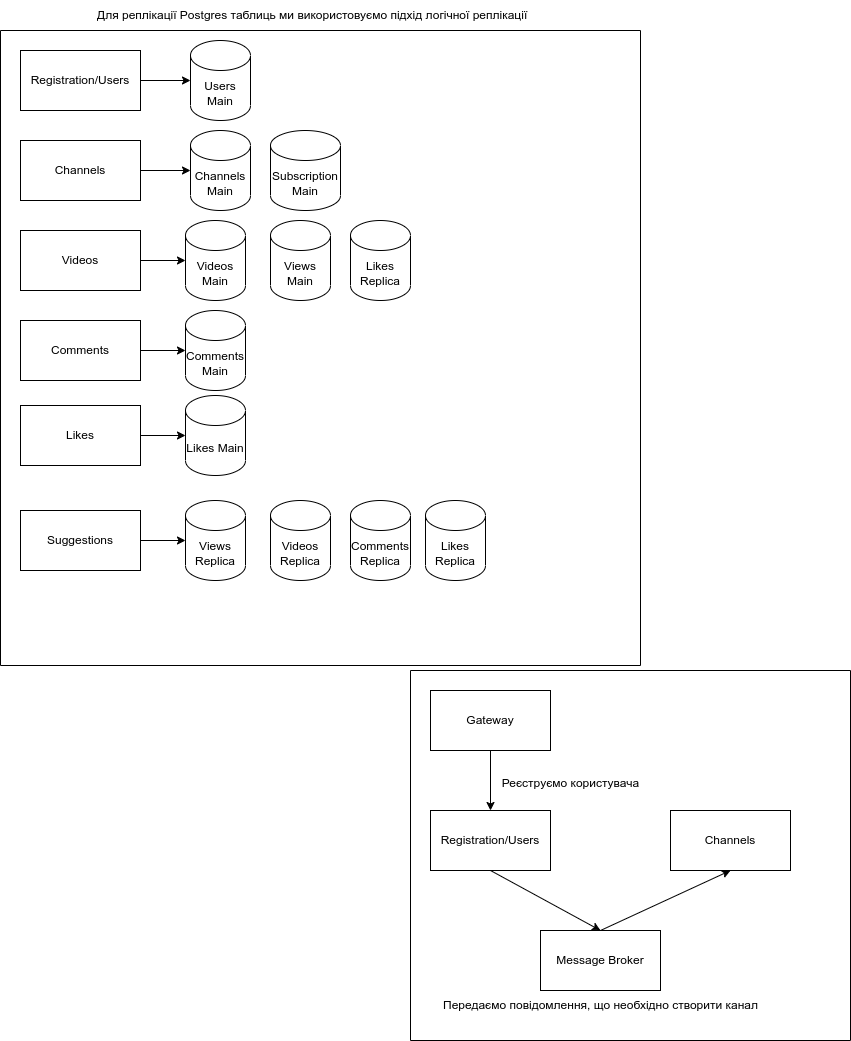
Before: overview/DatabaseReplication.drawio.png, a diagram exported from draw.io (KPI-Highload/YnotTube). Source tidied: cells renumbered, new cells last; positions are measured from the earlier drawing's top-left corner, leaving out a move shared by most shapes.
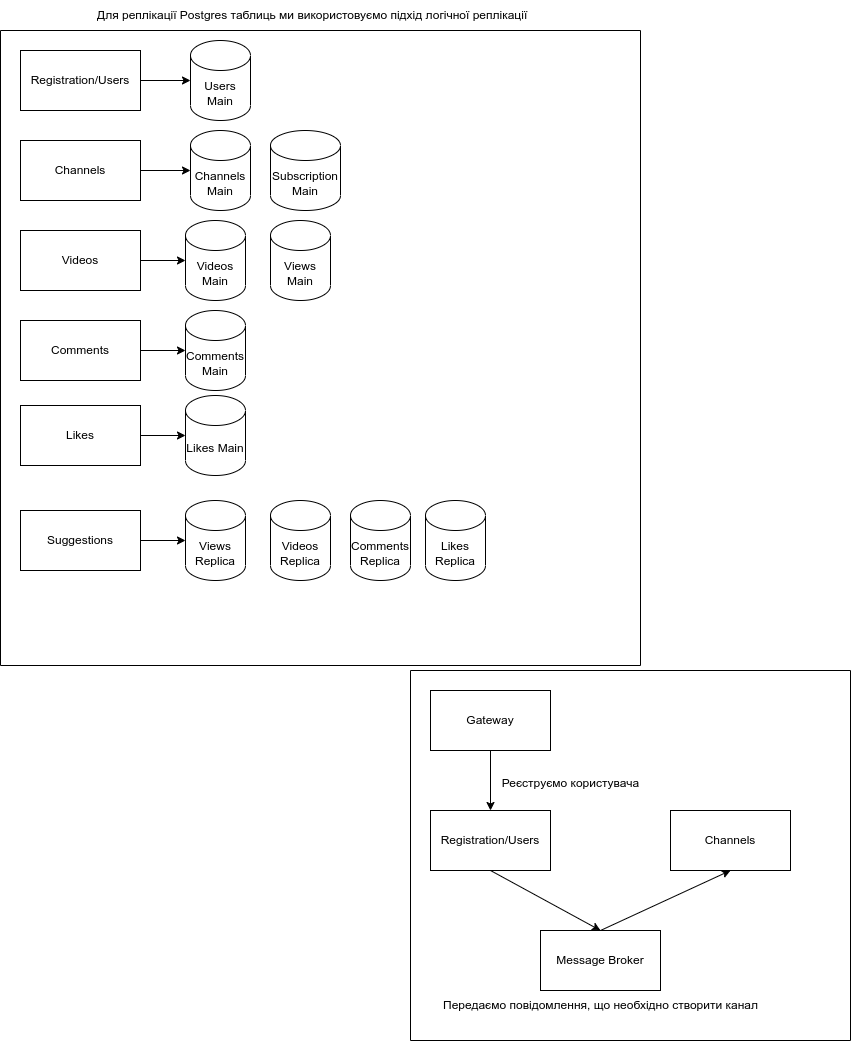
The same file after the commit.

Commit message:
Last-minute replication change

The edit, as a diff of the source:
```diff
@@ -56,9 +56,6 @@
     <mxCell id="19" value="Subscription Main" style="shape=cylinder3;whiteSpace=wrap;html=1;boundedLbl=1;backgroundOutline=1;size=15;" parent="2" vertex="1">
       <mxGeometry x="270" y="100" width="70" height="80" as="geometry" />
     </mxCell>
-    <mxCell id="20" value="Likes Replica" style="shape=cylinder3;whiteSpace=wrap;html=1;boundedLbl=1;backgroundOutline=1;size=15;" parent="2" vertex="1">
-      <mxGeometry x="350" y="190" width="60" height="80" as="geometry" />
-    </mxCell>
     <mxCell id="21" value="Views Main" style="shape=cylinder3;whiteSpace=wrap;html=1;boundedLbl=1;backgroundOutline=1;size=15;" parent="2" vertex="1">
       <mxGeometry x="270" y="190" width="60" height="80" as="geometry" />
     </mxCell>
```
